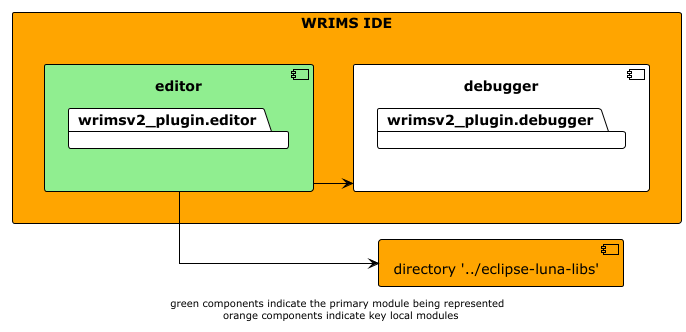
Before: docs/diagrams/wrims-ide/wrims-ide_editor.png, a diagram exported from PlantUML (CentralValleyModeling/wrims-gui). Source of this version:
```plantuml
@startuml

!theme plain
left to right direction
skinparam linetype ortho

rectangle wrims-ide as "WRIMS IDE" #orange {
    component editor #lightgreen {
        package wrimsv2_plugin.editor
    }
    component debugger {
        package wrimsv2_plugin.debugger
    }
}

component luna_libs as "directory '../eclipse-luna-libs'" #orange

editor -down-> luna_libs
editor -down-> debugger

footer "green components indicate the primary module being represented \n orange components indicate key local modules"
@enduml
```
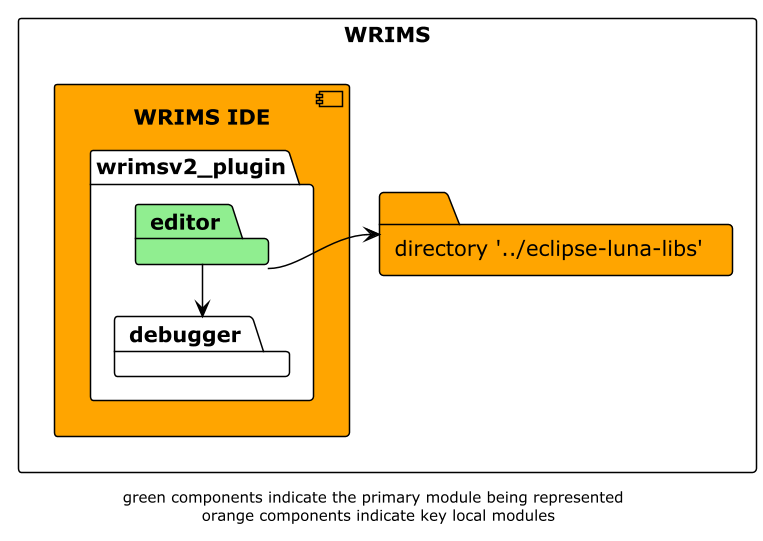
After the commit.

What changed in the source:
```diff
@@ -4,19 +4,18 @@
 left to right direction
 skinparam linetype ortho
 
-rectangle wrims-ide as "WRIMS IDE" #orange {
-    component editor #lightgreen {
-        package wrimsv2_plugin.editor
+rectangle WRIMS {
+    component wrims-ide as "WRIMS IDE" #orange {
+        package wrimsv2_plugin  {
+            package editor #lightgreen
+            package debugger
+        }
     }
-    component debugger {
-        package wrimsv2_plugin.debugger
-    }
+    folder luna_libs as "directory '../eclipse-luna-libs'" #orange
 }
 
-component luna_libs as "directory '../eclipse-luna-libs'" #orange
-
-editor -down-> luna_libs
-editor -down-> debugger
+editor --> luna_libs
+editor -l-> debugger
 
 footer "green components indicate the primary module being represented \n orange components indicate key local modules"
 @enduml
```
